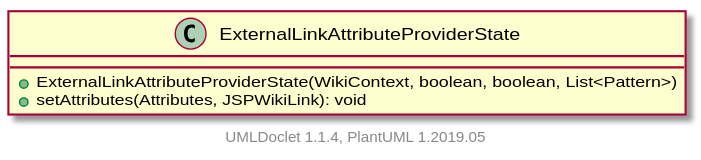
This is apidocs/2.11.0.M7-SNAPSHOT/org/apache/wiki/markdown/extensions/jspwikilinks/attributeprovider/ExternalLinkAttributeProviderState.svg from apache/jspwiki-site, a PlantUML export, as it was before one commit.
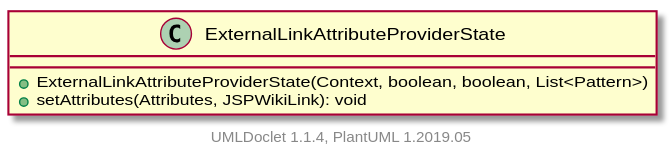
After the commit.

What changed in the source:
```diff
@@ -1,7 +1,7 @@
 @startuml
 
     class ExternalLinkAttributeProviderState [[ExternalLinkAttributeProviderState.html]] {
-        +ExternalLinkAttributeProviderState(WikiContext, boolean, boolean, List<Pattern>)
+        +ExternalLinkAttributeProviderState(Context, boolean, boolean, List<Pattern>)
         +setAttributes(Attributes, JSPWikiLink): void
     }
 
```
